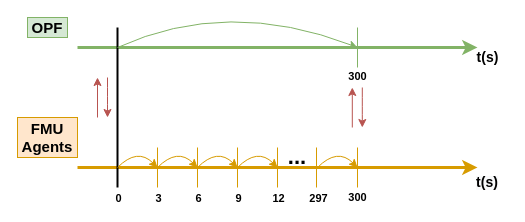
Earlier version of the draw.io diagram Mid-term Review/Figures/co-simtimesteps.drawio (caneryagci/Multi-Energy-Systems-Thesis-Project). Source tidied: cells renumbered, new cells numbered last; positions are measured from the earlier drawing's top-left corner, leaving out a move shared by most shapes. Both pictures are drawn from the tidied source at 100%, with x=0, y=0 at pixel (17, -3).
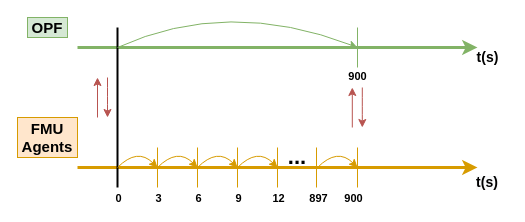
The same page after the edit.

Unchanged cells that the change refers to:
```xml
<mxCell id="23" style="endArrow=none;html=1;strokeWidth=1;fillColor=#d5e8d4;strokeColor=#82b366;" parent="1" edge="1">
  <mxGeometry relative="1" as="geometry">
    <mxPoint x="340" y="70" as="sourcePoint" />
    <mxPoint x="340" y="30" as="targetPoint" />
  </mxGeometry>
</mxCell>
```

The edit, as a diff of the source:
```diff
@@
-    <mxCell id="24" value="&lt;b&gt;300&lt;/b&gt;" style="edgeLabel;html=1;align=center;verticalAlign=middle;" parent="23" vertex="1">
+    <mxCell id="24" value="&lt;b&gt;900&lt;/b&gt;" style="edgeLabel;html=1;align=center;verticalAlign=middle;" parent="23" vertex="1">
       <mxGeometry x="-1" y="8" relative="1" as="geometry">
         <mxPoint x="7" y="8" as="offset" />
       </mxGeometry>
     </mxCell>
@@
-    <mxCell id="29" value="&lt;b&gt;297&lt;/b&gt;" style="edgeLabel;html=1;align=center;verticalAlign=middle;" parent="1" vertex="1">
+    <mxCell id="29" value="&lt;b&gt;897&lt;/b&gt;" style="edgeLabel;html=1;align=center;verticalAlign=middle;" parent="1" vertex="1">
       <mxGeometry x="300" y="200" as="geometry" />
     </mxCell>
-    <mxCell id="30" value="&lt;b&gt;300&lt;/b&gt;" style="edgeLabel;html=1;align=center;verticalAlign=middle;" parent="1" vertex="1">
+    <mxCell id="30" value="&lt;b&gt;900&lt;/b&gt;" style="edgeLabel;html=1;align=center;verticalAlign=middle;" parent="1" vertex="1">
       <mxGeometry x="340" y="200" as="geometry">
-        <mxPoint x="-1" y="-1" as="offset" />
+        <mxPoint x="-5" as="offset" />
       </mxGeometry>
     </mxCell>
```
